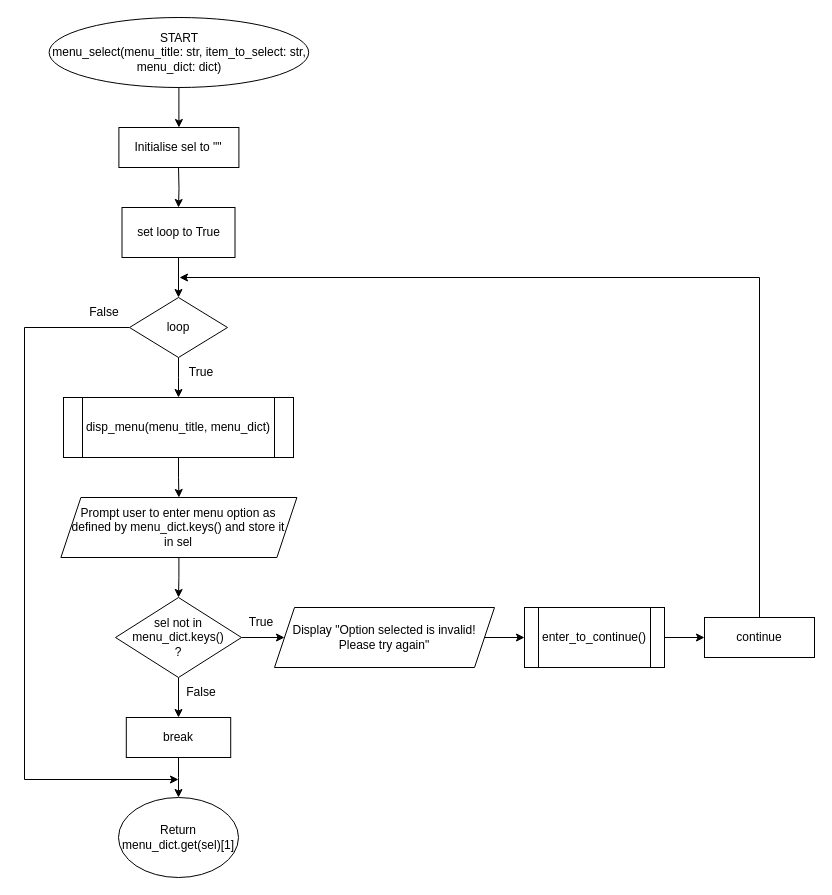
Earlier version of the draw.io diagram Flow Charts/menu_select.drawio (SNGTech/CPPSProject). Source tidied: cells renumbered, new cells numbered last; positions are measured from the earlier drawing's top-left corner, leaving out a move shared by most shapes. Both pictures are drawn from the tidied source at 100%, with x=0, y=0 at pixel (24, 17).
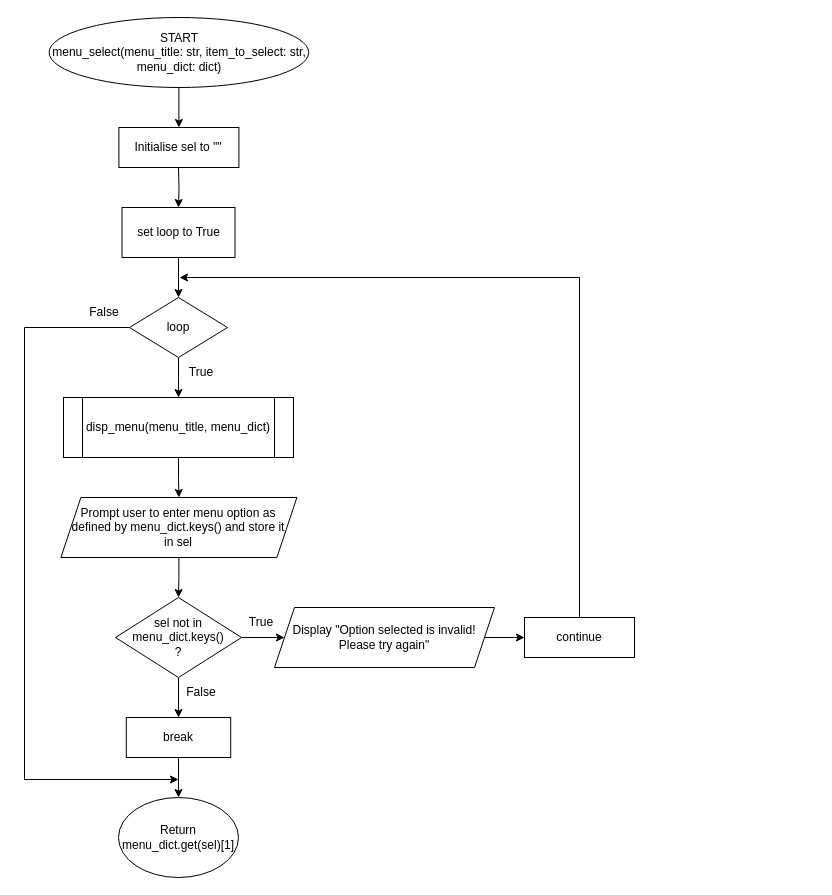
Above is the later version.

Unchanged cells that the change refers to:
```xml
<mxCell id="20" value="Display&amp;nbsp;&quot;Option selected is invalid! Please try again&quot;" style="shape=parallelogram;perimeter=parallelogramPerimeter;whiteSpace=wrap;html=1;fixedSize=1;" parent="1" vertex="1">
  <mxGeometry x="250" y="590" width="220" height="60" as="geometry" />
</mxCell>
```

What changed in the source:
```diff
@@
-    <mxCell id="19" style="edgeStyle=orthogonalEdgeStyle;rounded=0;jettySize=auto;html=1;" parent="1" edge="1" source="20" target="22">
-      <mxGeometry relative="1" as="geometry" />
+    <mxCell id="19" style="edgeStyle=orthogonalEdgeStyle;rounded=0;jettySize=auto;html=1;" parent="1" edge="1" source="20">
+      <mxGeometry relative="1" as="geometry">
+        <mxPoint x="500" y="620" as="targetPoint" />
+      </mxGeometry>
     </mxCell>
@@
-    <mxCell id="21" style="edgeStyle=orthogonalEdgeStyle;rounded=0;jettySize=auto;html=1;" parent="1" edge="1" source="22" target="24">
-      <mxGeometry relative="1" as="geometry" />
-    </mxCell>
-    <mxCell id="22" value="enter_to_continue()" style="shape=process;whiteSpace=wrap;html=1;backgroundOutline=1;" parent="1" vertex="1">
-      <mxGeometry x="500" y="590" width="140" height="60" as="geometry" />
-    </mxCell>
     <mxCell id="23" style="edgeStyle=orthogonalEdgeStyle;rounded=0;jettySize=auto;html=1;exitX=0.5;exitY=0;exitDx=0;exitDy=0;" parent="1" edge="1" source="24">
       <mxGeometry relative="1" as="geometry">
         <mxPoint x="155" y="260" as="targetPoint" />
         <Array as="points">
-          <mxPoint x="735" y="260" />
-          <mxPoint x="735" y="260" />
+          <mxPoint x="555" y="260" />
         </Array>
       </mxGeometry>
     </mxCell>
     <mxCell id="24" value="continue" style="rounded=0;whiteSpace=wrap;html=1;" parent="1" vertex="1">
-      <mxGeometry x="680" y="600" width="110" height="40" as="geometry" />
+      <mxGeometry x="500" y="600" width="110" height="40" as="geometry" />
     </mxCell>
```
